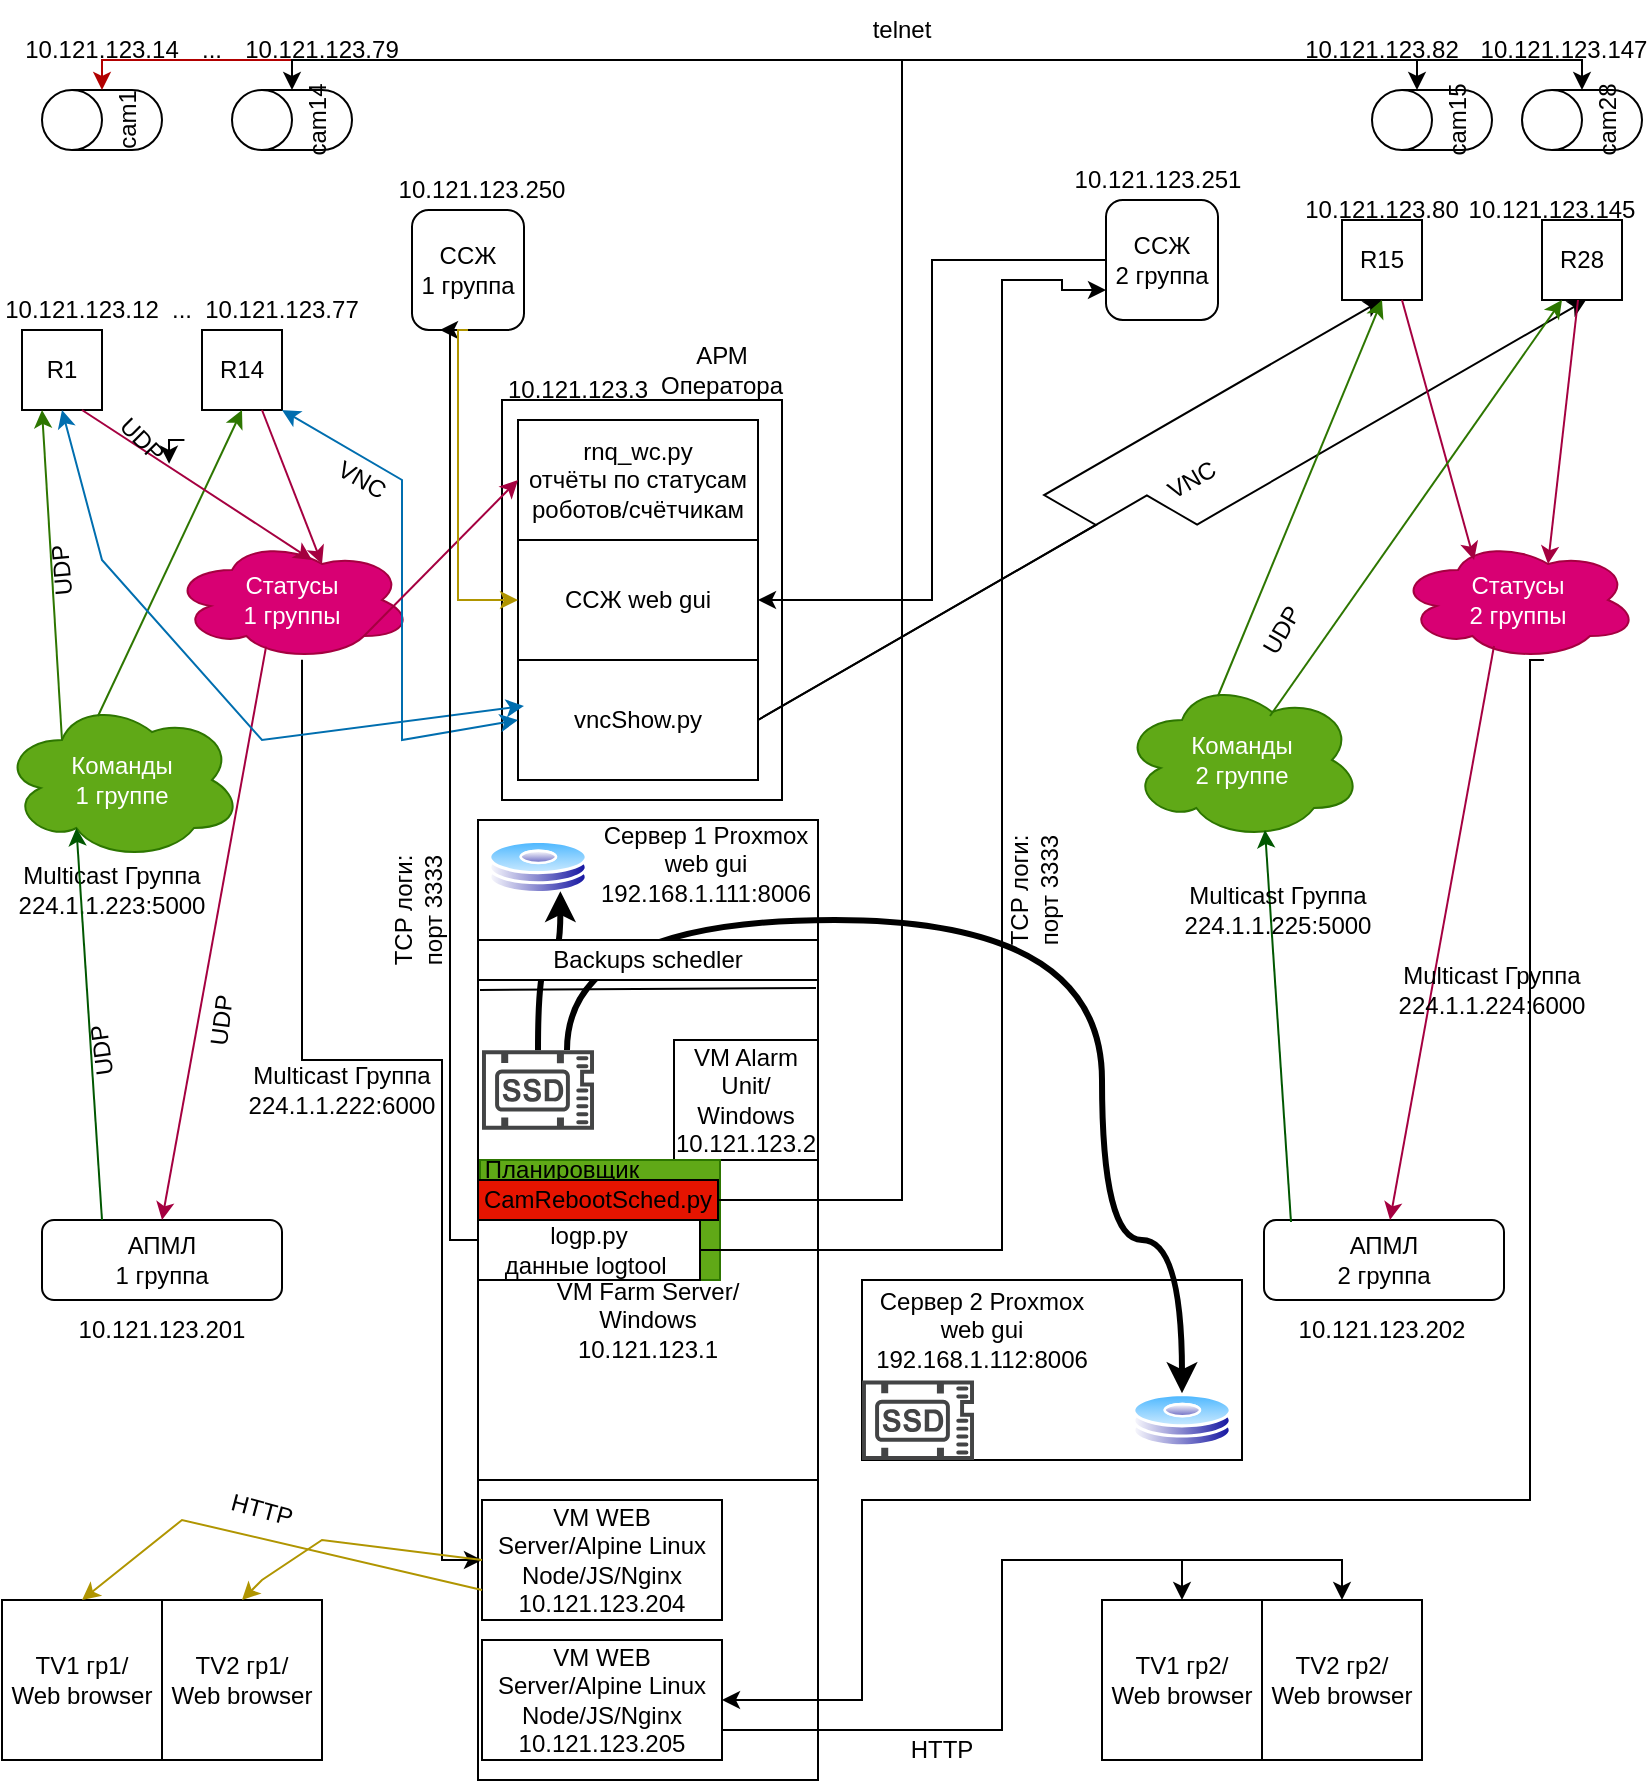
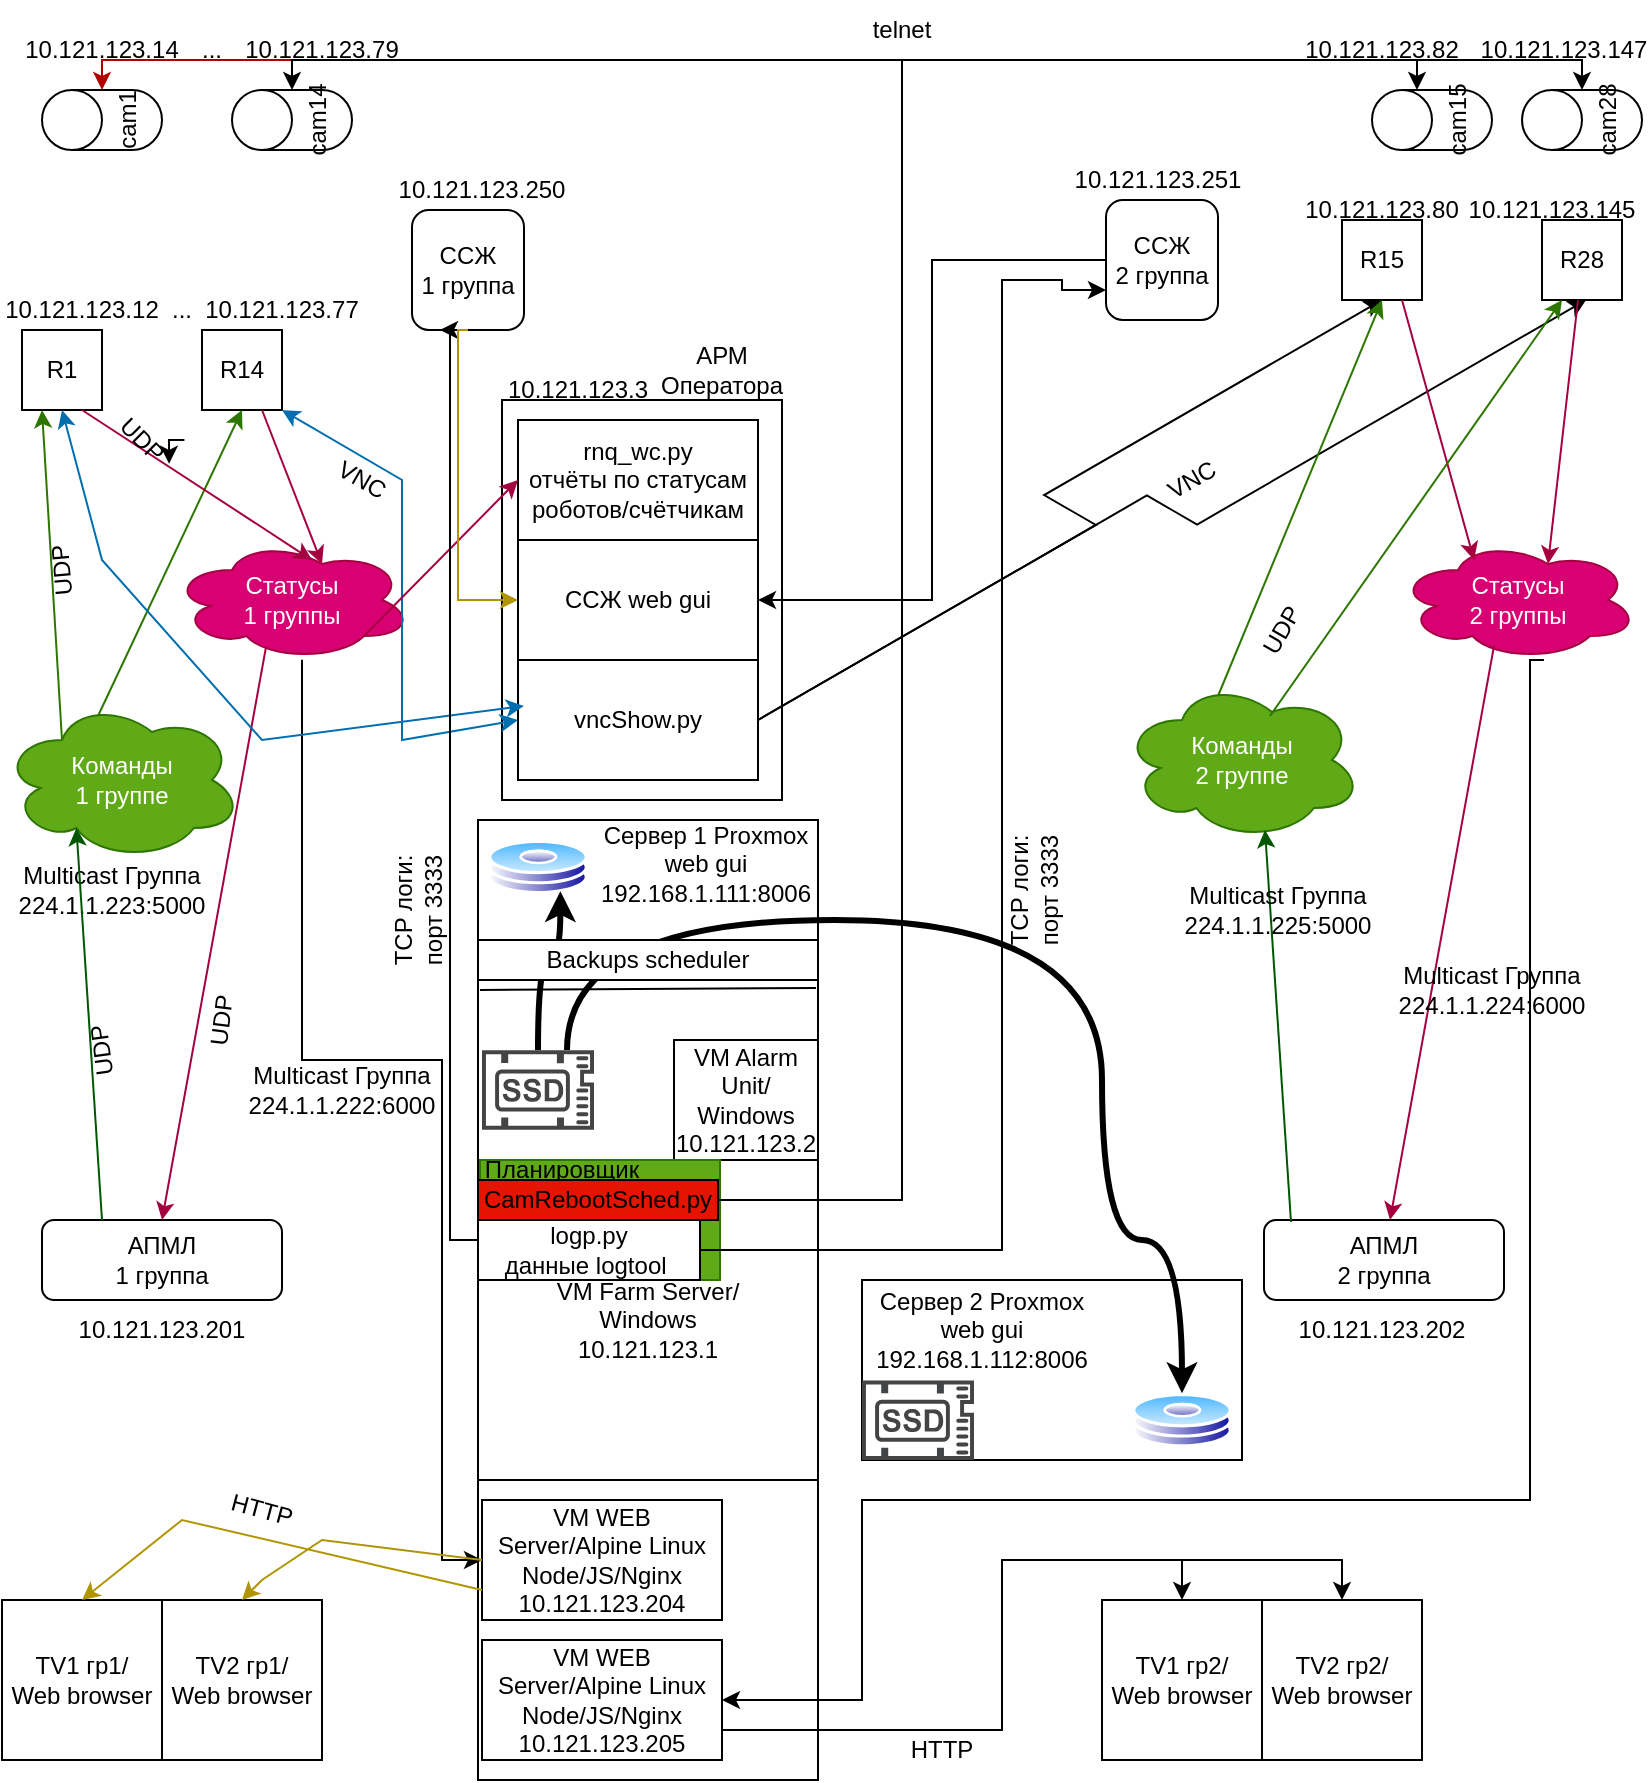
<mxfile host="app.diagrams.net" agent="Mozilla/5.0 (Macintosh; Intel Mac OS X 10_15_7) AppleWebKit/605.1.15 (KHTML, like Gecko) Version/18.4 Safari/605.1.15">
  <diagram name="Common" id="kNre07OXL5QUW6hjHVb_">
    <mxGraphModel dx="1248" dy="847" grid="1" gridSize="10" guides="1" tooltips="1" connect="1" arrows="1" fold="1" page="1" pageScale="1" pageWidth="827" pageHeight="1169" math="0" shadow="0">
      <root>
        <mxCell id="0" />
        <mxCell id="1" parent="0" />
        <mxCell id="9Vli-bCbQJat1Q8ghpv_-9" parent="1" style="rounded=0;whiteSpace=wrap;html=1;" value="" vertex="1">
          <mxGeometry height="480" width="170" x="238" y="580" as="geometry" />
        </mxCell>
        <mxCell id="9Vli-bCbQJat1Q8ghpv_-1" parent="1" style="rounded=0;whiteSpace=wrap;html=1;" value="R1" vertex="1">
          <mxGeometry height="40" width="40" x="10" y="335" as="geometry" />
        </mxCell>
        <mxCell id="9Vli-bCbQJat1Q8ghpv_-2" parent="1" style="rounded=0;whiteSpace=wrap;html=1;" value="R14" vertex="1">
          <mxGeometry height="40" width="40" x="100" y="335" as="geometry" />
        </mxCell>
        <mxCell id="9Vli-bCbQJat1Q8ghpv_-3" parent="1" style="rounded=1;whiteSpace=wrap;html=1;" value="АПМЛ&lt;div&gt;1 группа&lt;/div&gt;" vertex="1">
          <mxGeometry height="40" width="120" x="20" y="780" as="geometry" />
        </mxCell>
        <mxCell id="MIcNWfqu2G7UR8mHNEVn-12" edge="1" parent="1" source="9Vli-bCbQJat1Q8ghpv_-6" style="edgeStyle=orthogonalEdgeStyle;rounded=0;orthogonalLoop=1;jettySize=auto;html=1;entryX=0;entryY=0.5;entryDx=0;entryDy=0;fontColor=light-dark(#000000,#FF00FF);strokeColor=light-dark(#000000,#FFA9E0);" target="9Vli-bCbQJat1Q8ghpv_-14">
          <mxGeometry relative="1" as="geometry">
            <Array as="points">
              <mxPoint x="150" y="700" />
              <mxPoint x="220" y="700" />
              <mxPoint x="220" y="950" />
            </Array>
          </mxGeometry>
        </mxCell>
        <mxCell id="9Vli-bCbQJat1Q8ghpv_-6" parent="1" style="ellipse;shape=cloud;whiteSpace=wrap;html=1;fillColor=#d80073;fontColor=#ffffff;strokeColor=#A50040;" value="Статусы&lt;div&gt;1 группы&lt;/div&gt;" vertex="1">
          <mxGeometry height="60" width="120" x="85" y="440" as="geometry" />
        </mxCell>
        <mxCell id="9Vli-bCbQJat1Q8ghpv_-7" parent="1" style="ellipse;shape=cloud;whiteSpace=wrap;html=1;fillColor=#60a917;fontColor=#ffffff;strokeColor=#2D7600;" value="Команды&lt;div&gt;1 группе&lt;/div&gt;" vertex="1">
          <mxGeometry height="80" width="120" y="520" as="geometry" />
        </mxCell>
        <mxCell id="9Vli-bCbQJat1Q8ghpv_-8" parent="1" style="rounded=1;whiteSpace=wrap;html=1;" value="ССЖ&lt;div&gt;1 группа&lt;/div&gt;" vertex="1">
          <mxGeometry height="60" width="56" x="205" y="275" as="geometry" />
        </mxCell>
        <mxCell id="9Vli-bCbQJat1Q8ghpv_-10" parent="1" style="whiteSpace=wrap;html=1;aspect=fixed;" value="TV2 гр1/&lt;div&gt;Web browser&lt;/div&gt;" vertex="1">
          <mxGeometry height="80" width="80" x="80" y="970" as="geometry" />
        </mxCell>
        <mxCell id="9Vli-bCbQJat1Q8ghpv_-11" edge="1" parent="1" source="9Vli-bCbQJat1Q8ghpv_-2" style="endArrow=classic;html=1;rounded=0;entryX=0.625;entryY=0.2;entryDx=0;entryDy=0;entryPerimeter=0;exitX=0.75;exitY=1;exitDx=0;exitDy=0;fillColor=#d80073;strokeColor=#A50040;" target="9Vli-bCbQJat1Q8ghpv_-6" value="">
          <mxGeometry height="50" relative="1" width="50" as="geometry">
            <mxPoint x="192.5" y="270" as="sourcePoint" />
            <mxPoint x="440" y="450" as="targetPoint" />
          </mxGeometry>
        </mxCell>
        <mxCell id="9Vli-bCbQJat1Q8ghpv_-12" edge="1" parent="1" source="9Vli-bCbQJat1Q8ghpv_-7" style="endArrow=classic;html=1;rounded=0;entryX=0.25;entryY=1;entryDx=0;entryDy=0;exitX=0.25;exitY=0.25;exitDx=0;exitDy=0;exitPerimeter=0;fillColor=#60a917;strokeColor=#2D7600;" target="9Vli-bCbQJat1Q8ghpv_-1" value="">
          <mxGeometry height="50" relative="1" width="50" as="geometry">
            <mxPoint x="390" y="500" as="sourcePoint" />
            <mxPoint x="120" y="270" as="targetPoint" />
          </mxGeometry>
        </mxCell>
        <mxCell id="9Vli-bCbQJat1Q8ghpv_-13" edge="1" parent="1" source="9Vli-bCbQJat1Q8ghpv_-6" style="endArrow=classic;html=1;rounded=0;entryX=0.5;entryY=0;entryDx=0;entryDy=0;exitX=0.392;exitY=0.888;exitDx=0;exitDy=0;exitPerimeter=0;fillColor=#d80073;strokeColor=#A50040;" target="9Vli-bCbQJat1Q8ghpv_-3" value="">
          <mxGeometry height="50" relative="1" width="50" as="geometry">
            <mxPoint x="390" y="500" as="sourcePoint" />
            <mxPoint x="440" y="450" as="targetPoint" />
          </mxGeometry>
        </mxCell>
        <mxCell id="9Vli-bCbQJat1Q8ghpv_-14" parent="1" style="rounded=0;whiteSpace=wrap;html=1;" value="VM WEB&lt;div&gt;Server/Alpine Linux&lt;/div&gt;&lt;div&gt;&lt;div&gt;Node/JS/Nginx&lt;/div&gt;&lt;/div&gt;&lt;div&gt;10.121.123.204&lt;/div&gt;" vertex="1">
          <mxGeometry height="60" width="120" x="240" y="920" as="geometry" />
        </mxCell>
        <mxCell id="9Vli-bCbQJat1Q8ghpv_-15" parent="1" style="rounded=0;whiteSpace=wrap;html=1;" value="VM Alarm Unit/&lt;div&gt;Windows&lt;/div&gt;&lt;div&gt;10.121.123.2&lt;/div&gt;" vertex="1">
          <mxGeometry height="60" width="72" x="336" y="690" as="geometry" />
        </mxCell>
        <mxCell id="9Vli-bCbQJat1Q8ghpv_-16" parent="1" style="rounded=0;whiteSpace=wrap;html=1;fillColor=light-dark(#FFFFFF,#FF0000);" value="VM Farm Server/&lt;div&gt;Windows&lt;/div&gt;&lt;div&gt;10.121.123.1&lt;/div&gt;" vertex="1">
          <mxGeometry height="160" width="170" x="238" y="750" as="geometry" />
        </mxCell>
        <mxCell id="9Vli-bCbQJat1Q8ghpv_-17" parent="1" style="text;html=1;whiteSpace=wrap;strokeColor=none;fillColor=none;align=center;verticalAlign=middle;rounded=0;" value="Сервер 1 Proxmox web gui&lt;div&gt;192.168.1.111:8006&lt;/div&gt;" vertex="1">
          <mxGeometry height="30" width="100" x="302" y="587" as="geometry" />
        </mxCell>
        <mxCell id="9Vli-bCbQJat1Q8ghpv_-18" parent="1" style="rounded=0;whiteSpace=wrap;html=1;fillColor=light-dark(#FFFFFF,#999900);" value="" vertex="1">
          <mxGeometry height="200" width="140" x="250" y="370" as="geometry" />
        </mxCell>
        <mxCell id="9Vli-bCbQJat1Q8ghpv_-19" parent="1" style="text;html=1;whiteSpace=wrap;strokeColor=none;fillColor=none;align=center;verticalAlign=middle;rounded=0;" value="АРМ Оператора" vertex="1">
          <mxGeometry height="30" width="60" x="330" y="340" as="geometry" />
        </mxCell>
        <mxCell id="9Vli-bCbQJat1Q8ghpv_-20" parent="1" style="rounded=0;whiteSpace=wrap;html=1;" value="rnq_wc.py&lt;div&gt;отчёты по статусам роботов/счётчикам&lt;/div&gt;" vertex="1">
          <mxGeometry height="60" width="120" x="258" y="380" as="geometry" />
        </mxCell>
        <mxCell id="MIcNWfqu2G7UR8mHNEVn-50" edge="1" parent="1" source="9Vli-bCbQJat1Q8ghpv_-25" style="edgeStyle=isometricEdgeStyle;rounded=0;orthogonalLoop=1;jettySize=auto;html=1;entryX=0.5;entryY=1;entryDx=0;entryDy=0;exitX=1;exitY=0.5;exitDx=0;exitDy=0;strokeColor=light-dark(#000000,#51AFE7);" target="MIcNWfqu2G7UR8mHNEVn-15">
          <mxGeometry relative="1" as="geometry" />
        </mxCell>
        <mxCell id="MIcNWfqu2G7UR8mHNEVn-51" edge="1" parent="1" source="9Vli-bCbQJat1Q8ghpv_-25" style="edgeStyle=isometricEdgeStyle;rounded=0;orthogonalLoop=1;jettySize=auto;html=1;exitX=1;exitY=0.5;exitDx=0;exitDy=0;strokeColor=light-dark(#000000,#51AFE7);">
          <mxGeometry relative="1" as="geometry">
            <mxPoint x="792" y="320" as="targetPoint" />
          </mxGeometry>
        </mxCell>
        <mxCell id="9Vli-bCbQJat1Q8ghpv_-25" parent="1" style="rounded=0;whiteSpace=wrap;html=1;" value="vncShow.py" vertex="1">
          <mxGeometry height="60" width="120" x="258" y="500" as="geometry" />
        </mxCell>
        <mxCell id="9Vli-bCbQJat1Q8ghpv_-26" edge="1" parent="1" source="9Vli-bCbQJat1Q8ghpv_-25" style="endArrow=classic;startArrow=classic;html=1;rounded=0;exitX=0;exitY=0.5;exitDx=0;exitDy=0;fillColor=#1ba1e2;strokeColor=#006EAF;entryX=1;entryY=1;entryDx=0;entryDy=0;" target="9Vli-bCbQJat1Q8ghpv_-2" value="">
          <mxGeometry height="50" relative="1" width="50" as="geometry">
            <Array as="points">
              <mxPoint x="200" y="540" />
              <mxPoint x="200" y="410" />
            </Array>
            <mxPoint x="390" y="500" as="sourcePoint" />
            <mxPoint x="210" y="120" as="targetPoint" />
          </mxGeometry>
        </mxCell>
        <mxCell id="9Vli-bCbQJat1Q8ghpv_-27" parent="1" style="text;html=1;whiteSpace=wrap;strokeColor=none;fillColor=none;align=center;verticalAlign=middle;rounded=0;rotation=30;fontColor=light-dark(#000000,#51AFE7);" value="VNC" vertex="1">
          <mxGeometry height="30" width="60" x="150" y="395" as="geometry" />
        </mxCell>
        <mxCell id="9Vli-bCbQJat1Q8ghpv_-29" parent="1" style="text;html=1;whiteSpace=wrap;strokeColor=none;fillColor=none;align=center;verticalAlign=middle;rounded=0;fontColor=light-dark(#000000,#4A890C);" value="Multicast Группа 224.1.1.223:5000" vertex="1">
          <mxGeometry height="30" width="60" x="25" y="600" as="geometry" />
        </mxCell>
        <mxCell id="9Vli-bCbQJat1Q8ghpv_-32" parent="1" style="rounded=0;whiteSpace=wrap;html=1;" value="ССЖ web gui" vertex="1">
          <mxGeometry height="60" width="120" x="258" y="440" as="geometry" />
        </mxCell>
        <mxCell id="9Vli-bCbQJat1Q8ghpv_-33" edge="1" parent="1" source="9Vli-bCbQJat1Q8ghpv_-6" style="endArrow=classic;html=1;rounded=0;exitX=0.8;exitY=0.8;exitDx=0;exitDy=0;exitPerimeter=0;entryX=0;entryY=0.5;entryDx=0;entryDy=0;fillColor=#d80073;strokeColor=#A50040;" target="9Vli-bCbQJat1Q8ghpv_-20" value="">
          <mxGeometry height="50" relative="1" width="50" as="geometry">
            <mxPoint x="390" y="530" as="sourcePoint" />
            <mxPoint x="440" y="480" as="targetPoint" />
          </mxGeometry>
        </mxCell>
        <mxCell id="9Vli-bCbQJat1Q8ghpv_-34" edge="1" parent="1" source="9Vli-bCbQJat1Q8ghpv_-3" style="endArrow=classic;html=1;rounded=0;exitX=0.25;exitY=0;exitDx=0;exitDy=0;entryX=0.31;entryY=0.8;entryDx=0;entryDy=0;entryPerimeter=0;fillColor=#008a00;strokeColor=#005700;" target="9Vli-bCbQJat1Q8ghpv_-7" value="">
          <mxGeometry height="50" relative="1" width="50" as="geometry">
            <mxPoint x="390" y="530" as="sourcePoint" />
            <mxPoint x="440" y="480" as="targetPoint" />
          </mxGeometry>
        </mxCell>
        <mxCell id="9Vli-bCbQJat1Q8ghpv_-35" parent="1" style="shape=cylinder3;whiteSpace=wrap;html=1;boundedLbl=1;backgroundOutline=1;size=15;rotation=-90;" value="cam1" vertex="1">
          <mxGeometry height="60" width="30" x="35" y="200" as="geometry" />
        </mxCell>
        <mxCell id="9Vli-bCbQJat1Q8ghpv_-36" parent="1" style="shape=cylinder3;whiteSpace=wrap;html=1;boundedLbl=1;backgroundOutline=1;size=15;rotation=-90;" value="cam14" vertex="1">
          <mxGeometry height="60" width="30" x="130" y="200" as="geometry" />
        </mxCell>
        <mxCell id="9Vli-bCbQJat1Q8ghpv_-39" edge="1" parent="1" source="9Vli-bCbQJat1Q8ghpv_-7" style="endArrow=classic;html=1;rounded=0;exitX=0.4;exitY=0.1;exitDx=0;exitDy=0;exitPerimeter=0;entryX=0.5;entryY=1;entryDx=0;entryDy=0;fillColor=#60a917;strokeColor=#2D7600;" target="9Vli-bCbQJat1Q8ghpv_-2" value="">
          <mxGeometry height="50" relative="1" width="50" as="geometry">
            <mxPoint x="390" y="400" as="sourcePoint" />
            <mxPoint x="440" y="350" as="targetPoint" />
          </mxGeometry>
        </mxCell>
        <mxCell id="9Vli-bCbQJat1Q8ghpv_-40" edge="1" parent="1" source="9Vli-bCbQJat1Q8ghpv_-1" style="endArrow=classic;html=1;rounded=0;entryX=0.75;entryY=1;entryDx=0;entryDy=0;fillColor=#d80073;strokeColor=#A50040;exitX=0.75;exitY=1;exitDx=0;exitDy=0;" value="">
          <mxGeometry height="50" relative="1" width="50" as="geometry">
            <mxPoint x="150" y="120" as="sourcePoint" />
            <mxPoint x="155" y="450" as="targetPoint" />
          </mxGeometry>
        </mxCell>
        <mxCell id="9Vli-bCbQJat1Q8ghpv_-41" edge="1" parent="1" source="9Vli-bCbQJat1Q8ghpv_-25" style="endArrow=classic;startArrow=classic;html=1;rounded=0;exitX=0.025;exitY=0.383;exitDx=0;exitDy=0;exitPerimeter=0;fillColor=#1ba1e2;strokeColor=#006EAF;entryX=0.5;entryY=1;entryDx=0;entryDy=0;" target="9Vli-bCbQJat1Q8ghpv_-1" value="">
          <mxGeometry height="50" relative="1" width="50" as="geometry">
            <Array as="points">
              <mxPoint x="130" y="540" />
              <mxPoint x="50" y="450" />
            </Array>
            <mxPoint x="170" y="670" as="sourcePoint" />
            <mxPoint x="140" y="120" as="targetPoint" />
          </mxGeometry>
        </mxCell>
        <mxCell id="9Vli-bCbQJat1Q8ghpv_-45" parent="1" style="text;html=1;whiteSpace=wrap;strokeColor=none;fillColor=none;align=center;verticalAlign=middle;rounded=0;rotation=0;fontColor=light-dark(#000000,#FFACAC);" value="telnet" vertex="1">
          <mxGeometry height="30" width="60" x="420" y="170" as="geometry" />
        </mxCell>
        <mxCell id="9Vli-bCbQJat1Q8ghpv_-50" edge="1" parent="1" source="9Vli-bCbQJat1Q8ghpv_-14" style="endArrow=classic;html=1;rounded=0;exitX=0;exitY=0.5;exitDx=0;exitDy=0;entryX=0.5;entryY=0;entryDx=0;entryDy=0;fillColor=#e3c800;strokeColor=#B09500;" target="9Vli-bCbQJat1Q8ghpv_-10" value="">
          <mxGeometry height="50" relative="1" width="50" as="geometry">
            <Array as="points">
              <mxPoint x="160" y="940" />
              <mxPoint x="130" y="960" />
            </Array>
            <mxPoint x="390" y="460" as="sourcePoint" />
            <mxPoint x="440" y="410" as="targetPoint" />
          </mxGeometry>
        </mxCell>
        <mxCell id="9Vli-bCbQJat1Q8ghpv_-53" parent="1" style="text;html=1;whiteSpace=wrap;strokeColor=none;fillColor=none;align=center;verticalAlign=middle;rounded=0;rotation=-90;" value="TCP логи: порт 3333" vertex="1">
          <mxGeometry height="30" width="60" x="178" y="610" as="geometry" />
        </mxCell>
        <mxCell id="pDRP3hoOsNH6IqBBJrl4-1" parent="1" style="text;html=1;whiteSpace=wrap;strokeColor=none;fillColor=none;align=center;verticalAlign=middle;rounded=0;" value="10.121.123.3" vertex="1">
          <mxGeometry height="30" width="60" x="258" y="350" as="geometry" />
        </mxCell>
        <mxCell id="pDRP3hoOsNH6IqBBJrl4-2" parent="1" style="text;html=1;whiteSpace=wrap;strokeColor=none;fillColor=none;align=center;verticalAlign=middle;rounded=0;" value="10.121.123.201" vertex="1">
          <mxGeometry height="30" width="60" x="50" y="820" as="geometry" />
        </mxCell>
        <mxCell id="pDRP3hoOsNH6IqBBJrl4-3" parent="1" style="text;html=1;whiteSpace=wrap;strokeColor=none;fillColor=none;align=center;verticalAlign=middle;rounded=0;" value="10.121.123.12" vertex="1">
          <mxGeometry height="30" width="60" x="10" y="310" as="geometry" />
        </mxCell>
        <mxCell id="pDRP3hoOsNH6IqBBJrl4-4" parent="1" style="text;html=1;whiteSpace=wrap;strokeColor=none;fillColor=none;align=center;verticalAlign=middle;rounded=0;" value="10.121.123.77" vertex="1">
          <mxGeometry height="30" width="60" x="110" y="310" as="geometry" />
        </mxCell>
        <mxCell id="pDRP3hoOsNH6IqBBJrl4-5" parent="1" style="text;html=1;whiteSpace=wrap;strokeColor=none;fillColor=none;align=center;verticalAlign=middle;rounded=0;" value="10.121.123.14" vertex="1">
          <mxGeometry height="30" width="60" x="20" y="180" as="geometry" />
        </mxCell>
        <mxCell id="pDRP3hoOsNH6IqBBJrl4-9" parent="1" style="whiteSpace=wrap;html=1;aspect=fixed;" value="TV1 гр1/&lt;div&gt;Web browser&lt;/div&gt;" vertex="1">
          <mxGeometry height="80" width="80" y="970" as="geometry" />
        </mxCell>
        <mxCell id="pDRP3hoOsNH6IqBBJrl4-10" edge="1" parent="1" source="9Vli-bCbQJat1Q8ghpv_-14" style="endArrow=classic;html=1;rounded=0;exitX=0;exitY=0.75;exitDx=0;exitDy=0;fillColor=#e3c800;strokeColor=#B09500;entryX=0.5;entryY=0;entryDx=0;entryDy=0;" target="pDRP3hoOsNH6IqBBJrl4-9" value="">
          <mxGeometry height="50" relative="1" width="50" as="geometry">
            <Array as="points">
              <mxPoint x="90" y="930" />
            </Array>
            <mxPoint x="540" y="810" as="sourcePoint" />
            <mxPoint x="580" y="170" as="targetPoint" />
          </mxGeometry>
        </mxCell>
        <mxCell id="pDRP3hoOsNH6IqBBJrl4-11" parent="1" style="text;html=1;whiteSpace=wrap;strokeColor=none;fillColor=none;align=center;verticalAlign=middle;rounded=0;rotation=15;fontColor=light-dark(#000000,#AA7942);" value="HTTP" vertex="1">
          <mxGeometry height="30" width="60" x="99.99599361155867" y="910.0010807734623" as="geometry" />
        </mxCell>
        <mxCell id="pDRP3hoOsNH6IqBBJrl4-13" parent="1" style="text;html=1;whiteSpace=wrap;strokeColor=none;fillColor=none;align=center;verticalAlign=middle;rounded=0;rotation=-82.9;fontColor=light-dark(#000000,#FFA9E0);" value="UDP" vertex="1">
          <mxGeometry height="30" width="60" x="79.99895525537022" y="665.001561625191" as="geometry" />
        </mxCell>
        <mxCell id="pDRP3hoOsNH6IqBBJrl4-14" parent="1" style="text;html=1;whiteSpace=wrap;strokeColor=none;fillColor=none;align=center;verticalAlign=middle;rounded=0;rotation=-97.7;fontColor=light-dark(#000000,#4A890C);" value="UDP" vertex="1">
          <mxGeometry height="30" width="60" x="20.003023370497118" y="680.003980287672" as="geometry" />
        </mxCell>
        <mxCell id="pDRP3hoOsNH6IqBBJrl4-15" parent="1" style="text;html=1;whiteSpace=wrap;strokeColor=none;fillColor=none;align=center;verticalAlign=middle;rounded=0;rotation=45;fontColor=light-dark(#000000,#FF40FF);" value="UDP" vertex="1">
          <mxGeometry height="30" width="60" x="39.99433355827131" y="374.9992887727194" as="geometry" />
        </mxCell>
        <mxCell id="pDRP3hoOsNH6IqBBJrl4-16" parent="1" style="text;html=1;whiteSpace=wrap;strokeColor=none;fillColor=none;align=center;verticalAlign=middle;rounded=0;rotation=-95;fontColor=light-dark(#000000,#669C35);" value="UDP" vertex="1">
          <mxGeometry height="30" width="60" x="0.0034587474116563044" y="440.00006046520986" as="geometry" />
        </mxCell>
        <mxCell id="pDRP3hoOsNH6IqBBJrl4-17" parent="1" style="text;html=1;whiteSpace=wrap;strokeColor=none;fillColor=none;align=center;verticalAlign=middle;rounded=0;" value="..." vertex="1">
          <mxGeometry height="30" width="60" x="75" y="180" as="geometry" />
        </mxCell>
        <mxCell id="pDRP3hoOsNH6IqBBJrl4-19" parent="1" style="text;html=1;whiteSpace=wrap;strokeColor=none;fillColor=none;align=center;verticalAlign=middle;rounded=0;" value="..." vertex="1">
          <mxGeometry height="30" width="60" x="60" y="310" as="geometry" />
        </mxCell>
        <mxCell id="gUFCSbxJNFJtdSgufsqY-6" edge="1" parent="1" source="9Vli-bCbQJat1Q8ghpv_-22" style="edgeStyle=orthogonalEdgeStyle;rounded=0;orthogonalLoop=1;jettySize=auto;html=1;entryX=0.25;entryY=1;entryDx=0;entryDy=0;" target="9Vli-bCbQJat1Q8ghpv_-8">
          <mxGeometry relative="1" as="geometry">
            <Array as="points">
              <mxPoint x="224" y="790" />
            </Array>
          </mxGeometry>
        </mxCell>
        <mxCell id="MIcNWfqu2G7UR8mHNEVn-4" edge="1" parent="1" source="9Vli-bCbQJat1Q8ghpv_-21" style="edgeStyle=orthogonalEdgeStyle;rounded=0;orthogonalLoop=1;jettySize=auto;html=1;exitX=1;exitY=0.5;exitDx=0;exitDy=0;entryX=1;entryY=0.5;entryDx=0;entryDy=0;entryPerimeter=0;fillColor=#e51400;strokeColor=#B20000;" target="9Vli-bCbQJat1Q8ghpv_-35" value="">
          <mxGeometry relative="1" as="geometry">
            <Array as="points">
              <mxPoint x="450" y="770" />
              <mxPoint x="450" y="200" />
              <mxPoint x="50" y="200" />
            </Array>
            <mxPoint x="760" y="650" as="sourcePoint" />
            <mxPoint x="158" y="215" as="targetPoint" />
          </mxGeometry>
        </mxCell>
        <mxCell id="pDRP3hoOsNH6IqBBJrl4-6" parent="1" style="text;html=1;whiteSpace=wrap;strokeColor=none;fillColor=none;align=center;verticalAlign=middle;rounded=0;" value="10.121.123.79" vertex="1">
          <mxGeometry height="30" width="60" x="130" y="180" as="geometry" />
        </mxCell>
        <mxCell id="MIcNWfqu2G7UR8mHNEVn-59" edge="1" parent="1" source="MIcNWfqu2G7UR8mHNEVn-5" style="edgeStyle=orthogonalEdgeStyle;rounded=0;orthogonalLoop=1;jettySize=auto;html=1;entryX=0.5;entryY=0;entryDx=0;entryDy=0;exitX=1;exitY=0.75;exitDx=0;exitDy=0;strokeColor=light-dark(#000000,#8D7600);" target="MIcNWfqu2G7UR8mHNEVn-32">
          <mxGeometry relative="1" as="geometry">
            <Array as="points">
              <mxPoint x="500" y="1035" />
              <mxPoint x="500" y="950" />
              <mxPoint x="590" y="950" />
            </Array>
          </mxGeometry>
        </mxCell>
        <mxCell id="MIcNWfqu2G7UR8mHNEVn-60" edge="1" parent="1" source="MIcNWfqu2G7UR8mHNEVn-5" style="edgeStyle=orthogonalEdgeStyle;rounded=0;orthogonalLoop=1;jettySize=auto;html=1;entryX=0.5;entryY=0;entryDx=0;entryDy=0;exitX=1;exitY=0.75;exitDx=0;exitDy=0;strokeColor=light-dark(#000000,#8D7600);" target="MIcNWfqu2G7UR8mHNEVn-33">
          <mxGeometry relative="1" as="geometry">
            <Array as="points">
              <mxPoint x="500" y="1035" />
              <mxPoint x="500" y="950" />
              <mxPoint x="670" y="950" />
            </Array>
          </mxGeometry>
        </mxCell>
        <mxCell id="MIcNWfqu2G7UR8mHNEVn-5" parent="1" style="rounded=0;whiteSpace=wrap;html=1;" value="VM WEB&lt;div&gt;Server/Alpine Linux&lt;/div&gt;&lt;div&gt;Node/JS/Nginx&lt;/div&gt;&lt;div&gt;10.121.123.205&lt;/div&gt;" vertex="1">
          <mxGeometry height="60" width="120" x="240" y="990" as="geometry" />
        </mxCell>
        <mxCell id="9Vli-bCbQJat1Q8ghpv_-52" edge="1" parent="1" source="9Vli-bCbQJat1Q8ghpv_-8" style="edgeStyle=orthogonalEdgeStyle;rounded=0;orthogonalLoop=1;jettySize=auto;html=1;entryX=0;entryY=0.5;entryDx=0;entryDy=0;fillColor=#e3c800;strokeColor=#B09500;exitX=0.5;exitY=1;exitDx=0;exitDy=0;" target="9Vli-bCbQJat1Q8ghpv_-32">
          <mxGeometry relative="1" as="geometry">
            <Array as="points">
              <mxPoint x="228" y="470" />
            </Array>
          </mxGeometry>
        </mxCell>
        <mxCell id="9Vli-bCbQJat1Q8ghpv_-42" parent="1" style="text;html=1;whiteSpace=wrap;strokeColor=none;fillColor=none;align=center;verticalAlign=middle;rounded=0;fontColor=light-dark(#000000,#FFA9E0);" value="Multicast Группа 224.1.1.222:6000" vertex="1">
          <mxGeometry height="30" width="60" x="140" y="700" as="geometry" />
        </mxCell>
        <mxCell id="gUFCSbxJNFJtdSgufsqY-3" parent="1" style="rounded=0;whiteSpace=wrap;html=1;fillColor=#60a917;fontColor=#ffffff;strokeColor=#2D7600;" value="" vertex="1">
          <mxGeometry height="60" width="120" x="239" y="750" as="geometry" />
        </mxCell>
        <mxCell id="gUFCSbxJNFJtdSgufsqY-4" parent="1" style="text;html=1;whiteSpace=wrap;strokeColor=none;fillColor=none;align=center;verticalAlign=middle;rounded=0;rotation=0;" value="Планировщик" vertex="1">
          <mxGeometry height="30" width="60" x="250" y="740" as="geometry" />
        </mxCell>
        <mxCell id="9Vli-bCbQJat1Q8ghpv_-21" parent="1" style="rounded=0;whiteSpace=wrap;html=1;fillColor=#E51400;fontColor=#000000;" value="&lt;span style=&quot;color: light-dark(rgb(0, 0, 0), rgb(0, 0, 0));&quot;&gt;CamRebootSched.py&lt;/span&gt;" vertex="1">
          <mxGeometry height="20" width="120" x="238" y="760" as="geometry" />
        </mxCell>
        <mxCell id="MIcNWfqu2G7UR8mHNEVn-11" parent="1" style="text;html=1;whiteSpace=wrap;strokeColor=none;fillColor=none;align=center;verticalAlign=middle;rounded=0;" value="10.121.123.250" vertex="1">
          <mxGeometry height="30" width="60" x="210" y="250" as="geometry" />
        </mxCell>
        <mxCell id="MIcNWfqu2G7UR8mHNEVn-19" edge="1" parent="1" source="9Vli-bCbQJat1Q8ghpv_-22" style="edgeStyle=orthogonalEdgeStyle;rounded=0;orthogonalLoop=1;jettySize=auto;html=1;entryX=0;entryY=0.75;entryDx=0;entryDy=0;" target="MIcNWfqu2G7UR8mHNEVn-16">
          <mxGeometry relative="1" as="geometry">
            <Array as="points">
              <mxPoint x="500" y="795" />
              <mxPoint x="500" y="310" />
              <mxPoint x="530" y="310" />
              <mxPoint x="530" y="315" />
            </Array>
          </mxGeometry>
        </mxCell>
        <mxCell id="9Vli-bCbQJat1Q8ghpv_-22" parent="1" style="rounded=0;whiteSpace=wrap;html=1;" value="logp.py&lt;div&gt;данные logtool&amp;nbsp;&lt;/div&gt;" vertex="1">
          <mxGeometry height="30" width="111" x="238" y="780" as="geometry" />
        </mxCell>
        <mxCell id="MIcNWfqu2G7UR8mHNEVn-14" parent="1" style="rounded=0;whiteSpace=wrap;html=1;" value="R28" vertex="1">
          <mxGeometry height="40" width="40" x="770" y="280" as="geometry" />
        </mxCell>
        <mxCell id="MIcNWfqu2G7UR8mHNEVn-15" parent="1" style="rounded=0;whiteSpace=wrap;html=1;" value="R15" vertex="1">
          <mxGeometry height="40" width="40" x="670" y="280" as="geometry" />
        </mxCell>
        <mxCell id="MIcNWfqu2G7UR8mHNEVn-21" edge="1" parent="1" source="MIcNWfqu2G7UR8mHNEVn-16" style="edgeStyle=orthogonalEdgeStyle;rounded=0;orthogonalLoop=1;jettySize=auto;html=1;entryX=1;entryY=0.5;entryDx=0;entryDy=0;strokeColor=light-dark(#000000,#8D7600);" target="9Vli-bCbQJat1Q8ghpv_-32">
          <mxGeometry relative="1" as="geometry" />
        </mxCell>
        <mxCell id="MIcNWfqu2G7UR8mHNEVn-16" parent="1" style="rounded=1;whiteSpace=wrap;html=1;" value="ССЖ&lt;div&gt;2 группа&lt;/div&gt;" vertex="1">
          <mxGeometry height="60" width="56" x="552" y="270" as="geometry" />
        </mxCell>
        <mxCell id="MIcNWfqu2G7UR8mHNEVn-18" parent="1" style="text;html=1;whiteSpace=wrap;strokeColor=none;fillColor=none;align=center;verticalAlign=middle;rounded=0;" value="10.121.123.251" vertex="1">
          <mxGeometry height="30" width="60" x="548" y="245" as="geometry" />
        </mxCell>
        <mxCell id="MIcNWfqu2G7UR8mHNEVn-20" parent="1" style="text;html=1;whiteSpace=wrap;strokeColor=none;fillColor=none;align=center;verticalAlign=middle;rounded=0;rotation=-90;" value="TCP логи: порт 3333" vertex="1">
          <mxGeometry height="30" width="60" x="486" y="600" as="geometry" />
        </mxCell>
        <mxCell id="MIcNWfqu2G7UR8mHNEVn-22" parent="1" style="shape=cylinder3;whiteSpace=wrap;html=1;boundedLbl=1;backgroundOutline=1;size=15;rotation=-90;" value="cam15" vertex="1">
          <mxGeometry height="60" width="30" x="700" y="200" as="geometry" />
        </mxCell>
        <mxCell id="MIcNWfqu2G7UR8mHNEVn-23" parent="1" style="shape=cylinder3;whiteSpace=wrap;html=1;boundedLbl=1;backgroundOutline=1;size=15;rotation=-90;" value="cam28" vertex="1">
          <mxGeometry height="60" width="30" x="775" y="200" as="geometry" />
        </mxCell>
        <mxCell id="MIcNWfqu2G7UR8mHNEVn-24" parent="1" style="rounded=1;whiteSpace=wrap;html=1;" value="АПМЛ&lt;div&gt;2 группа&lt;/div&gt;" vertex="1">
          <mxGeometry height="40" width="120" x="631" y="780" as="geometry" />
        </mxCell>
        <mxCell id="MIcNWfqu2G7UR8mHNEVn-25" parent="1" style="text;html=1;whiteSpace=wrap;strokeColor=none;fillColor=none;align=center;verticalAlign=middle;rounded=0;" value="10.121.123.202" vertex="1">
          <mxGeometry height="30" width="60" x="660" y="820" as="geometry" />
        </mxCell>
        <mxCell id="MIcNWfqu2G7UR8mHNEVn-26" parent="1" style="ellipse;shape=cloud;whiteSpace=wrap;html=1;fillColor=#60a917;fontColor=#ffffff;strokeColor=#2D7600;" value="Команды&lt;div&gt;2 группе&lt;/div&gt;" vertex="1">
          <mxGeometry height="80" width="120" x="560" y="510" as="geometry" />
        </mxCell>
        <mxCell id="MIcNWfqu2G7UR8mHNEVn-27" parent="1" style="ellipse;shape=cloud;whiteSpace=wrap;html=1;fillColor=#d80073;fontColor=#ffffff;strokeColor=#A50040;" value="Статусы&lt;div&gt;2 группы&lt;/div&gt;" vertex="1">
          <mxGeometry height="60" width="120" x="698" y="440" as="geometry" />
        </mxCell>
        <mxCell id="MIcNWfqu2G7UR8mHNEVn-28" edge="1" parent="1" style="endArrow=classic;html=1;rounded=0;exitX=0.25;exitY=0;exitDx=0;exitDy=0;entryX=0.31;entryY=0.8;entryDx=0;entryDy=0;entryPerimeter=0;fillColor=#008a00;strokeColor=#005700;" value="">
          <mxGeometry height="50" relative="1" width="50" as="geometry">
            <mxPoint x="644.5" y="781" as="sourcePoint" />
            <mxPoint x="631.5" y="585" as="targetPoint" />
          </mxGeometry>
        </mxCell>
        <mxCell id="MIcNWfqu2G7UR8mHNEVn-29" edge="1" parent="1" style="endArrow=classic;html=1;rounded=0;entryX=0.5;entryY=0;entryDx=0;entryDy=0;exitX=0.392;exitY=0.888;exitDx=0;exitDy=0;exitPerimeter=0;fillColor=#d80073;strokeColor=#A50040;" value="">
          <mxGeometry height="50" relative="1" width="50" as="geometry">
            <mxPoint x="746" y="493" as="sourcePoint" />
            <mxPoint x="694" y="780" as="targetPoint" />
          </mxGeometry>
        </mxCell>
        <mxCell id="MIcNWfqu2G7UR8mHNEVn-32" parent="1" style="whiteSpace=wrap;html=1;aspect=fixed;" value="TV1 гр2/&lt;div&gt;Web browser&lt;/div&gt;" vertex="1">
          <mxGeometry height="80" width="80" x="550" y="970" as="geometry" />
        </mxCell>
        <mxCell id="MIcNWfqu2G7UR8mHNEVn-33" parent="1" style="whiteSpace=wrap;html=1;aspect=fixed;" value="TV2 гр2/&lt;div&gt;Web browser&lt;/div&gt;" vertex="1">
          <mxGeometry height="80" width="80" x="630" y="970" as="geometry" />
        </mxCell>
        <mxCell id="MIcNWfqu2G7UR8mHNEVn-34" parent="1" style="rounded=0;whiteSpace=wrap;html=1;" value="" vertex="1">
          <mxGeometry height="90" width="190" x="430" y="810" as="geometry" />
        </mxCell>
        <mxCell id="MIcNWfqu2G7UR8mHNEVn-35" parent="1" style="text;html=1;whiteSpace=wrap;strokeColor=none;fillColor=none;align=center;verticalAlign=middle;rounded=0;" value="Сервер 2 Proxmox web gui&lt;div&gt;192.168.1.112:8006&lt;/div&gt;" vertex="1">
          <mxGeometry height="30" width="100" x="440" y="820" as="geometry" />
        </mxCell>
        <mxCell id="MIcNWfqu2G7UR8mHNEVn-36" parent="1" style="image;aspect=fixed;perimeter=ellipsePerimeter;html=1;align=center;shadow=0;dashed=0;spacingTop=3;image=img/lib/active_directory/hard_disk.svg;" value="" vertex="1">
          <mxGeometry height="27" width="50" x="565" y="866.62" as="geometry" />
        </mxCell>
        <mxCell id="MIcNWfqu2G7UR8mHNEVn-37" parent="1" style="image;aspect=fixed;perimeter=ellipsePerimeter;html=1;align=center;shadow=0;dashed=0;spacingTop=3;image=img/lib/active_directory/hard_disk.svg;" value="" vertex="1">
          <mxGeometry height="27" width="50" x="243" y="590" as="geometry" />
        </mxCell>
        <mxCell id="MIcNWfqu2G7UR8mHNEVn-74" edge="1" parent="1" source="MIcNWfqu2G7UR8mHNEVn-39" style="edgeStyle=orthogonalEdgeStyle;rounded=0;orthogonalLoop=1;jettySize=auto;html=1;entryX=0.75;entryY=1;entryDx=0;entryDy=0;curved=1;strokeColor=light-dark(#000000,#0000FF);strokeWidth=3;" target="MIcNWfqu2G7UR8mHNEVn-37">
          <mxGeometry relative="1" as="geometry">
            <Array as="points">
              <mxPoint x="268" y="650" />
              <mxPoint x="279" y="650" />
            </Array>
          </mxGeometry>
        </mxCell>
        <mxCell id="MIcNWfqu2G7UR8mHNEVn-39" parent="1" style="sketch=0;pointerEvents=1;shadow=0;dashed=0;html=1;strokeColor=none;fillColor=#434445;aspect=fixed;labelPosition=center;verticalLabelPosition=bottom;verticalAlign=top;align=center;outlineConnect=0;shape=mxgraph.vvd.ssd;" value="" vertex="1">
          <mxGeometry height="39.76" width="56" x="240" y="695.12" as="geometry" />
        </mxCell>
        <mxCell id="MIcNWfqu2G7UR8mHNEVn-40" parent="1" style="sketch=0;pointerEvents=1;shadow=0;dashed=0;html=1;strokeColor=none;fillColor=#434445;aspect=fixed;labelPosition=center;verticalLabelPosition=bottom;verticalAlign=top;align=center;outlineConnect=0;shape=mxgraph.vvd.ssd;" value="" vertex="1">
          <mxGeometry height="39.76" width="56" x="430" y="860.24" as="geometry" />
        </mxCell>
        <mxCell id="MIcNWfqu2G7UR8mHNEVn-41" edge="1" parent="1" source="9Vli-bCbQJat1Q8ghpv_-21" style="edgeStyle=orthogonalEdgeStyle;rounded=0;orthogonalLoop=1;jettySize=auto;html=1;entryX=1;entryY=0;entryDx=0;entryDy=22.5;entryPerimeter=0;strokeColor=light-dark(#000000,#FFACAC);" target="MIcNWfqu2G7UR8mHNEVn-22">
          <mxGeometry relative="1" as="geometry">
            <Array as="points">
              <mxPoint x="450" y="770" />
              <mxPoint x="450" y="200" />
              <mxPoint x="708" y="200" />
            </Array>
          </mxGeometry>
        </mxCell>
        <mxCell id="MIcNWfqu2G7UR8mHNEVn-42" edge="1" parent="1" source="9Vli-bCbQJat1Q8ghpv_-21" style="edgeStyle=orthogonalEdgeStyle;rounded=0;orthogonalLoop=1;jettySize=auto;html=1;entryX=1;entryY=0.5;entryDx=0;entryDy=0;entryPerimeter=0;strokeColor=light-dark(#000000,#FFACAC);" target="MIcNWfqu2G7UR8mHNEVn-23">
          <mxGeometry relative="1" as="geometry">
            <Array as="points">
              <mxPoint x="450" y="770" />
              <mxPoint x="450" y="200" />
              <mxPoint x="790" y="200" />
            </Array>
          </mxGeometry>
        </mxCell>
        <mxCell id="MIcNWfqu2G7UR8mHNEVn-43" parent="1" style="text;html=1;whiteSpace=wrap;strokeColor=none;fillColor=none;align=center;verticalAlign=middle;rounded=0;" value="10.121.123.82" vertex="1">
          <mxGeometry height="30" width="60" x="660" y="180" as="geometry" />
        </mxCell>
        <mxCell id="MIcNWfqu2G7UR8mHNEVn-45" edge="1" parent="1" source="9Vli-bCbQJat1Q8ghpv_-21" style="edgeStyle=orthogonalEdgeStyle;rounded=0;orthogonalLoop=1;jettySize=auto;html=1;entryX=1;entryY=0.5;entryDx=0;entryDy=0;entryPerimeter=0;strokeColor=light-dark(#000000,#FFACAC);" target="9Vli-bCbQJat1Q8ghpv_-36">
          <mxGeometry relative="1" as="geometry">
            <Array as="points">
              <mxPoint x="450" y="770" />
              <mxPoint x="450" y="200" />
              <mxPoint x="145" y="200" />
            </Array>
          </mxGeometry>
        </mxCell>
        <mxCell id="MIcNWfqu2G7UR8mHNEVn-46" parent="1" style="text;html=1;whiteSpace=wrap;strokeColor=none;fillColor=none;align=center;verticalAlign=middle;rounded=0;" value="10.121.123.147" vertex="1">
          <mxGeometry height="30" width="60" x="751" y="180" as="geometry" />
        </mxCell>
        <mxCell id="MIcNWfqu2G7UR8mHNEVn-47" edge="1" parent="1" source="pDRP3hoOsNH6IqBBJrl4-15" style="edgeStyle=orthogonalEdgeStyle;rounded=0;orthogonalLoop=1;jettySize=auto;html=1;exitX=0.75;exitY=0;exitDx=0;exitDy=0;entryX=0.8;entryY=0.461;entryDx=0;entryDy=0;entryPerimeter=0;" target="pDRP3hoOsNH6IqBBJrl4-15">
          <mxGeometry relative="1" as="geometry" />
        </mxCell>
        <mxCell id="MIcNWfqu2G7UR8mHNEVn-48" edge="1" parent="1" source="MIcNWfqu2G7UR8mHNEVn-15" style="endArrow=classic;html=1;rounded=0;entryX=0.317;entryY=0.167;entryDx=0;entryDy=0;fillColor=#d80073;strokeColor=#A50040;exitX=0.75;exitY=1;exitDx=0;exitDy=0;entryPerimeter=0;" target="MIcNWfqu2G7UR8mHNEVn-27" value="">
          <mxGeometry height="50" relative="1" width="50" as="geometry">
            <mxPoint x="720" y="320" as="sourcePoint" />
            <mxPoint x="835" y="395" as="targetPoint" />
          </mxGeometry>
        </mxCell>
        <mxCell id="MIcNWfqu2G7UR8mHNEVn-49" edge="1" parent="1" style="endArrow=classic;html=1;rounded=0;entryX=0.625;entryY=0.2;entryDx=0;entryDy=0;entryPerimeter=0;fillColor=#d80073;strokeColor=#A50040;" target="MIcNWfqu2G7UR8mHNEVn-27" value="">
          <mxGeometry height="50" relative="1" width="50" as="geometry">
            <mxPoint x="788" y="320" as="sourcePoint" />
            <mxPoint x="818" y="397" as="targetPoint" />
          </mxGeometry>
        </mxCell>
        <mxCell id="MIcNWfqu2G7UR8mHNEVn-52" parent="1" style="text;html=1;whiteSpace=wrap;strokeColor=none;fillColor=none;align=center;verticalAlign=middle;rounded=0;rotation=-30;fontColor=light-dark(#000000,#51AFE7);" value="VNC" vertex="1">
          <mxGeometry height="30" width="60" x="565.0007621135331" y="395.00038105676657" as="geometry" />
        </mxCell>
        <mxCell id="MIcNWfqu2G7UR8mHNEVn-54" parent="1" style="text;html=1;whiteSpace=wrap;strokeColor=none;fillColor=none;align=center;verticalAlign=middle;rounded=0;" value="10.121.123.80" vertex="1">
          <mxGeometry height="30" width="60" x="660" y="260" as="geometry" />
        </mxCell>
        <mxCell id="MIcNWfqu2G7UR8mHNEVn-55" parent="1" style="text;html=1;whiteSpace=wrap;strokeColor=none;fillColor=none;align=center;verticalAlign=middle;rounded=0;" value="10.121.123.145" vertex="1">
          <mxGeometry height="30" width="60" x="745" y="260" as="geometry" />
        </mxCell>
        <mxCell id="MIcNWfqu2G7UR8mHNEVn-56" edge="1" parent="1" source="MIcNWfqu2G7UR8mHNEVn-26" style="endArrow=classic;html=1;rounded=0;entryX=0.5;entryY=1;entryDx=0;entryDy=0;exitX=0.4;exitY=0.1;exitDx=0;exitDy=0;exitPerimeter=0;fillColor=#60a917;strokeColor=#2D7600;" target="MIcNWfqu2G7UR8mHNEVn-15" value="">
          <mxGeometry height="50" relative="1" width="50" as="geometry">
            <mxPoint x="685" y="485" as="sourcePoint" />
            <mxPoint x="675" y="320" as="targetPoint" />
          </mxGeometry>
        </mxCell>
        <mxCell id="MIcNWfqu2G7UR8mHNEVn-57" edge="1" parent="1" style="endArrow=classic;html=1;rounded=0;exitX=0.4;exitY=0.1;exitDx=0;exitDy=0;exitPerimeter=0;entryX=0.25;entryY=1;entryDx=0;entryDy=0;fillColor=#60a917;strokeColor=#2D7600;" target="MIcNWfqu2G7UR8mHNEVn-14" value="">
          <mxGeometry height="50" relative="1" width="50" as="geometry">
            <mxPoint x="634" y="528" as="sourcePoint" />
            <mxPoint x="706" y="375" as="targetPoint" />
          </mxGeometry>
        </mxCell>
        <mxCell id="MIcNWfqu2G7UR8mHNEVn-58" parent="1" style="text;html=1;whiteSpace=wrap;strokeColor=none;fillColor=none;align=center;verticalAlign=middle;rounded=0;rotation=-60;fontColor=light-dark(#000000,#669C35);" value="UDP" vertex="1">
          <mxGeometry height="30" width="60" x="609.997592753806" y="470.00317708396716" as="geometry" />
        </mxCell>
        <mxCell id="MIcNWfqu2G7UR8mHNEVn-61" parent="1" style="text;html=1;whiteSpace=wrap;strokeColor=none;fillColor=none;align=center;verticalAlign=middle;rounded=0;rotation=0;fontColor=light-dark(#000000,#AA7942);" value="HTTP" vertex="1">
          <mxGeometry height="30" width="60" x="440.00006046520986" y="1030.0034587474115" as="geometry" />
        </mxCell>
        <mxCell id="MIcNWfqu2G7UR8mHNEVn-63" edge="1" parent="1" source="MIcNWfqu2G7UR8mHNEVn-5" style="edgeStyle=orthogonalEdgeStyle;rounded=0;orthogonalLoop=1;jettySize=auto;html=1;entryX=0.608;entryY=1;entryDx=0;entryDy=0;entryPerimeter=0;curved=0;startArrow=classic;startFill=1;endArrow=none;endFill=0;strokeColor=light-dark(#000000,#FFA9E0);" target="MIcNWfqu2G7UR8mHNEVn-27" value="">
          <mxGeometry relative="1" as="geometry">
            <Array as="points">
              <mxPoint x="430" y="1020" />
              <mxPoint x="430" y="920" />
              <mxPoint x="764" y="920" />
              <mxPoint x="764" y="500" />
            </Array>
            <mxPoint x="360" y="1020" as="sourcePoint" />
            <mxPoint x="764" y="497" as="targetPoint" />
          </mxGeometry>
        </mxCell>
        <mxCell id="MIcNWfqu2G7UR8mHNEVn-62" parent="1" style="text;html=1;whiteSpace=wrap;strokeColor=none;fillColor=none;align=center;verticalAlign=middle;rounded=0;fontColor=light-dark(#000000,#FFA9E0);" value="Multicast Группа 224.1.1.224:6000" vertex="1">
          <mxGeometry height="30" width="60" x="715" y="650" as="geometry" />
        </mxCell>
        <mxCell id="MIcNWfqu2G7UR8mHNEVn-64" parent="1" style="text;html=1;whiteSpace=wrap;strokeColor=none;fillColor=none;align=center;verticalAlign=middle;rounded=0;fontColor=light-dark(#000000,#4A890C);" value="Multicast Группа 224.1.1.225:5000" vertex="1">
          <mxGeometry height="30" width="60" x="608" y="610" as="geometry" />
        </mxCell>
        <mxCell id="MIcNWfqu2G7UR8mHNEVn-71" edge="1" parent="1" style="endArrow=none;html=1;rounded=0;entryX=1;entryY=0.174;entryDx=0;entryDy=0;entryPerimeter=0;" value="">
          <mxGeometry height="50" relative="1" width="50" as="geometry">
            <mxPoint x="239" y="665" as="sourcePoint" />
            <mxPoint x="407" y="664" as="targetPoint" />
          </mxGeometry>
        </mxCell>
        <mxCell id="MIcNWfqu2G7UR8mHNEVn-75" edge="1" parent="1" style="edgeStyle=orthogonalEdgeStyle;rounded=0;orthogonalLoop=1;jettySize=auto;html=1;entryX=0.5;entryY=0;entryDx=0;entryDy=0;curved=1;strokeColor=light-dark(#000000,#0000FF);strokeWidth=3;" target="MIcNWfqu2G7UR8mHNEVn-36">
          <mxGeometry relative="1" as="geometry">
            <Array as="points">
              <mxPoint x="282" y="630" />
              <mxPoint x="550" y="630" />
              <mxPoint x="550" y="790" />
              <mxPoint x="590" y="790" />
            </Array>
            <mxPoint x="282.5" y="695" as="sourcePoint" />
            <mxPoint x="293.5" y="616" as="targetPoint" />
          </mxGeometry>
        </mxCell>
-         <mxCell id="MIcNWfqu2G7UR8mHNEVn-73" parent="1" style="rounded=0;whiteSpace=wrap;html=1;fillColor=light-dark(#FFFFFF,#0000FF);" value="Backups schedler" vertex="1">
+         <mxCell id="MIcNWfqu2G7UR8mHNEVn-73" parent="1" style="rounded=0;whiteSpace=wrap;html=1;fillColor=light-dark(#FFFFFF,#0000FF);" value="Backups scheduler" vertex="1">
          <mxGeometry height="20" width="170" x="238" y="640" as="geometry" />
        </mxCell>
      </root>
    </mxGraphModel>
  </diagram>
</mxfile>
